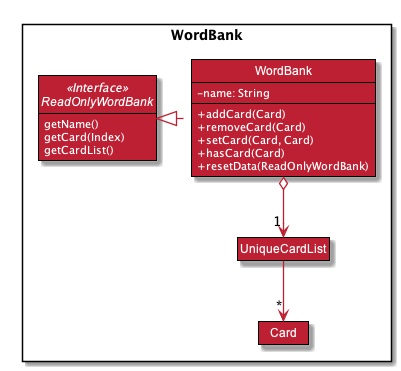
This is images/WordBankDiagram.png from AY1920S1-CS2103T-T11-2/main, a PlantUML export, as it was before one commit. Source of this version:
```plantuml
@startuml











skinparam BackgroundColor #FFFFFFF

skinparam Shadowing false

skinparam Class {
    FontColor #FFFFFF
    BorderThickness 1
    BorderColor #000000
    StereotypeFontColor #FFFFFF
    FontName Arial
    AttributeFontColor #FFFFFF
}

skinparam Actor {
    BorderColor #000000
    Color #000000
    FontName Arial
}

skinparam Sequence {
    MessageAlign center
    BoxFontSize 15
    BoxPadding 0
    BoxFontColor #FFFFFF
    FontName Arial
}

skinparam Participant {
    FontColor #FFFFFFF
    Padding 20
}

skinparam MinClassWidth 50
skinparam ParticipantPadding 10
skinparam Shadowing true
skinparam DefaultTextAlignment center
skinparam packageStyle Rectangle
skinparam classAttributeIconSize 0

hide footbox
hide members
hide circle
hide empty members
skinparam arrowThickness 1.3
skinparam arrowColor #BD2032
skinparam classBackgroundColor #BD2032

show members
hide empty members

Package WordBank <<Rectangle>>{
Interface ReadOnlyWordBank <<Interface>> {
getName()
getCard(Index)
getCardList()
}

class WordBank {
   -name: String
   +addCard(Card)
   +removeCard(Card)
   +setCard(Card, Card)
   +hasCard(Card)
   +resetData(ReadOnlyWordBank)
}
Class UniqueCardList
Class Card
}

WordBank .left.|> ReadOnlyWordBank
WordBank o-down-> "1" UniqueCardList
UniqueCardList -down-> "*" Card
@enduml
```
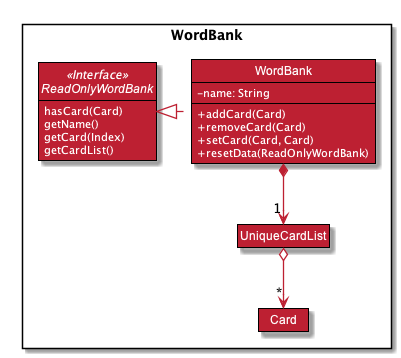
Later version of the same file.

Diff of the diagram source:
```diff
@@ -1,4 +1,6 @@
 @startuml
+
+
 
 
 
@@ -62,6 +64,7 @@
 
 Package WordBank <<Rectangle>>{
 Interface ReadOnlyWordBank <<Interface>> {
+hasCard(Card)
 getName()
 getCard(Index)
 getCardList()
@@ -72,7 +75,6 @@
    +addCard(Card)
    +removeCard(Card)
    +setCard(Card, Card)
-   +hasCard(Card)
    +resetData(ReadOnlyWordBank)
 }
 Class UniqueCardList
@@ -80,6 +82,6 @@
 }
 
 WordBank .left.|> ReadOnlyWordBank
-WordBank o-down-> "1" UniqueCardList
-UniqueCardList -down-> "*" Card
+WordBank *-down-> "1" UniqueCardList
+UniqueCardList o-down-> "*" Card
 @enduml
```
